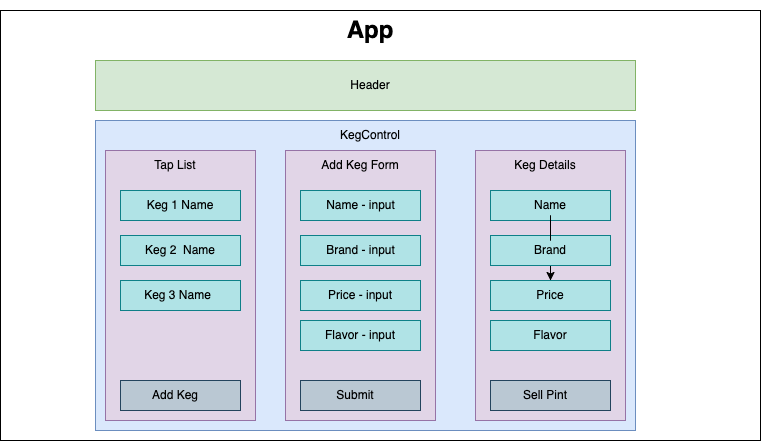
S-Espinet/tap-room keeps this draw.io diagram as src/img/TapRoom.drawio.png. Above is the earlier version. Source tidied: cells renumbered, new cells last; positions are measured from the earlier drawing's top-left corner, leaving out a move shared by most shapes. Its diagram source:
```xml
<mxGraphModel>
  <root>
    <mxCell id="0" />
    <mxCell id="1" parent="0" />
    <mxCell id="2" style="rounded=0;whiteSpace=wrap;html=1;" parent="1" vertex="1">
      <mxGeometry width="760" height="430" as="geometry" />
    </mxCell>
    <mxCell id="3" style="rounded=0;whiteSpace=wrap;html=1;labelBackgroundColor=#CCFF99;fillColor=#d5e8d4;strokeColor=#82b366;" parent="1" vertex="1">
      <mxGeometry x="95" y="50" width="540" height="50" as="geometry" />
    </mxCell>
    <mxCell id="4" style="rounded=0;whiteSpace=wrap;html=1;fillColor=#dae8fc;strokeColor=#6c8ebf;" parent="1" vertex="1">
      <mxGeometry x="95" y="110" width="540" height="310" as="geometry" />
    </mxCell>
    <mxCell id="5" style="rounded=0;whiteSpace=wrap;html=1;fillColor=#e1d5e7;strokeColor=#9673a6;" parent="1" vertex="1">
      <mxGeometry x="105" y="140" width="150" height="270" as="geometry" />
    </mxCell>
    <mxCell id="6" style="rounded=0;whiteSpace=wrap;html=1;fillColor=#e1d5e7;strokeColor=#9673a6;" parent="1" vertex="1">
      <mxGeometry x="285" y="140" width="150" height="270" as="geometry" />
    </mxCell>
    <mxCell id="7" style="rounded=0;whiteSpace=wrap;html=1;fillColor=#e1d5e7;strokeColor=#9673a6;" parent="1" vertex="1">
      <mxGeometry x="475" y="140" width="150" height="270" as="geometry" />
    </mxCell>
    <mxCell id="8" style="rounded=0;whiteSpace=wrap;html=1;fillColor=#b0e3e6;strokeColor=#0e8088;" parent="1" vertex="1">
      <mxGeometry x="300" y="180" width="120" height="30" as="geometry" />
    </mxCell>
    <mxCell id="9" style="rounded=0;whiteSpace=wrap;html=1;fillColor=#b0e3e6;strokeColor=#0e8088;" parent="1" vertex="1">
      <mxGeometry x="300" y="225" width="120" height="30" as="geometry" />
    </mxCell>
    <mxCell id="10" style="rounded=0;whiteSpace=wrap;html=1;fillColor=#b0e3e6;strokeColor=#0e8088;" parent="1" vertex="1">
      <mxGeometry x="300" y="270" width="120" height="30" as="geometry" />
    </mxCell>
    <mxCell id="11" style="rounded=0;whiteSpace=wrap;html=1;fillColor=#b0e3e6;strokeColor=#0e8088;" parent="1" vertex="1">
      <mxGeometry x="300" y="310" width="120" height="30" as="geometry" />
    </mxCell>
    <mxCell id="12" style="rounded=0;whiteSpace=wrap;html=1;fillColor=#bac8d3;strokeColor=#23445d;" parent="1" vertex="1">
      <mxGeometry x="300" y="370" width="120" height="30" as="geometry" />
    </mxCell>
    <mxCell id="13" value="Keg 1 Name" style="rounded=0;whiteSpace=wrap;html=1;fillColor=#b0e3e6;strokeColor=#0e8088;" parent="1" vertex="1">
      <mxGeometry x="120" y="180" width="120" height="30" as="geometry" />
    </mxCell>
    <mxCell id="14" style="rounded=0;whiteSpace=wrap;html=1;fillColor=#b0e3e6;strokeColor=#0e8088;" parent="1" vertex="1">
      <mxGeometry x="120" y="225" width="120" height="30" as="geometry" />
    </mxCell>
    <mxCell id="15" style="rounded=0;whiteSpace=wrap;html=1;fillColor=#b0e3e6;strokeColor=#0e8088;" parent="1" vertex="1">
      <mxGeometry x="120" y="270" width="120" height="30" as="geometry" />
    </mxCell>
    <mxCell id="16" style="rounded=0;whiteSpace=wrap;html=1;fillColor=#bac8d3;strokeColor=#23445d;" parent="1" vertex="1">
      <mxGeometry x="120" y="370" width="120" height="30" as="geometry" />
    </mxCell>
    <mxCell id="17" style="rounded=0;whiteSpace=wrap;html=1;fillColor=#bac8d3;strokeColor=#23445d;" parent="1" vertex="1">
      <mxGeometry x="490" y="370" width="120" height="30" as="geometry" />
    </mxCell>
    <mxCell id="18" value="KegControl" style="text;html=1;strokeColor=none;fillColor=none;align=center;verticalAlign=middle;whiteSpace=wrap;rounded=0;" parent="1" vertex="1">
      <mxGeometry x="325" y="110" width="90" height="30" as="geometry" />
    </mxCell>
    <mxCell id="19" value="&lt;h1&gt;App&lt;/h1&gt;" style="text;html=1;strokeColor=none;fillColor=none;spacing=5;spacingTop=-20;whiteSpace=wrap;overflow=hidden;rounded=0;align=center;" parent="1" vertex="1">
      <mxGeometry x="285" width="170" height="40" as="geometry" />
    </mxCell>
    <mxCell id="20" value="Header" style="text;html=1;strokeColor=none;fillColor=none;align=center;verticalAlign=middle;whiteSpace=wrap;rounded=0;" parent="1" vertex="1">
      <mxGeometry x="315" y="60" width="110" height="30" as="geometry" />
    </mxCell>
    <mxCell id="21" value="Tap List" style="text;html=1;strokeColor=none;fillColor=none;align=center;verticalAlign=middle;whiteSpace=wrap;rounded=0;" parent="1" vertex="1">
      <mxGeometry x="145" y="140" width="60" height="30" as="geometry" />
    </mxCell>
    <mxCell id="22" value="Keg 2&amp;nbsp; Name" style="text;html=1;align=center;verticalAlign=middle;whiteSpace=wrap;rounded=0;" parent="1" vertex="1">
      <mxGeometry x="140" y="225" width="80" height="30" as="geometry" />
    </mxCell>
    <mxCell id="23" value="Keg 3 Name" style="text;html=1;strokeColor=none;fillColor=none;align=center;verticalAlign=middle;whiteSpace=wrap;rounded=0;" parent="1" vertex="1">
      <mxGeometry x="140" y="270" width="75" height="30" as="geometry" />
    </mxCell>
    <mxCell id="24" value="Add Keg" style="text;html=1;strokeColor=none;fillColor=none;align=center;verticalAlign=middle;whiteSpace=wrap;rounded=0;" parent="1" vertex="1">
      <mxGeometry x="145" y="370" width="60" height="30" as="geometry" />
    </mxCell>
    <mxCell id="25" value="Add Keg Form" style="text;html=1;strokeColor=none;fillColor=none;align=center;verticalAlign=middle;whiteSpace=wrap;rounded=0;" parent="1" vertex="1">
      <mxGeometry x="305" y="140" width="110" height="30" as="geometry" />
    </mxCell>
    <mxCell id="26" value="Name - input" style="text;html=1;strokeColor=none;fillColor=none;align=center;verticalAlign=middle;whiteSpace=wrap;rounded=0;" parent="1" vertex="1">
      <mxGeometry x="322.5" y="180" width="75" height="30" as="geometry" />
    </mxCell>
    <mxCell id="27" value="Brand - input" style="text;html=1;strokeColor=none;fillColor=none;align=center;verticalAlign=middle;whiteSpace=wrap;rounded=0;" parent="1" vertex="1">
      <mxGeometry x="322.5" y="225" width="75" height="30" as="geometry" />
    </mxCell>
    <mxCell id="28" value="Price - input" style="text;html=1;strokeColor=none;fillColor=none;align=center;verticalAlign=middle;whiteSpace=wrap;rounded=0;" parent="1" vertex="1">
      <mxGeometry x="325" y="270" width="70" height="30" as="geometry" />
    </mxCell>
    <mxCell id="29" value="Flavor - input" style="text;html=1;align=center;verticalAlign=middle;whiteSpace=wrap;rounded=0;" parent="1" vertex="1">
      <mxGeometry x="320" y="310" width="80" height="30" as="geometry" />
    </mxCell>
    <mxCell id="30" value="Submit" style="text;html=1;strokeColor=none;fillColor=none;align=center;verticalAlign=middle;whiteSpace=wrap;rounded=0;" parent="1" vertex="1">
      <mxGeometry x="325" y="370" width="60" height="30" as="geometry" />
    </mxCell>
    <mxCell id="31" value="Keg Details" style="text;html=1;strokeColor=none;fillColor=none;align=center;verticalAlign=middle;whiteSpace=wrap;rounded=0;" parent="1" vertex="1">
      <mxGeometry x="505" y="140" width="80" height="30" as="geometry" />
    </mxCell>
    <mxCell id="32" style="edgeStyle=orthogonalEdgeStyle;rounded=0;jettySize=auto;html=1;startArrow=none;" parent="1" edge="1" source="36" target="34">
      <mxGeometry relative="1" as="geometry" />
    </mxCell>
    <mxCell id="33" style="rounded=0;whiteSpace=wrap;html=1;fillColor=#b0e3e6;strokeColor=#0e8088;" parent="1" vertex="1">
      <mxGeometry x="490" y="180" width="120" height="30" as="geometry" />
    </mxCell>
    <mxCell id="34" style="rounded=0;whiteSpace=wrap;html=1;fillColor=#b0e3e6;strokeColor=#0e8088;" parent="1" vertex="1">
      <mxGeometry x="490" y="270" width="120" height="30" as="geometry" />
    </mxCell>
    <mxCell id="35" style="rounded=0;whiteSpace=wrap;html=1;fillColor=#b0e3e6;strokeColor=#0e8088;" parent="1" vertex="1">
      <mxGeometry x="490" y="310" width="120" height="30" as="geometry" />
    </mxCell>
    <mxCell id="36" style="rounded=0;whiteSpace=wrap;html=1;fillColor=#b0e3e6;strokeColor=#0e8088;" parent="1" vertex="1">
      <mxGeometry x="490" y="225" width="120" height="30" as="geometry" />
    </mxCell>
    <mxCell id="37" style="edgeStyle=orthogonalEdgeStyle;rounded=0;jettySize=auto;html=1;endArrow=none;" parent="1" edge="1" source="33" target="36">
      <mxGeometry relative="1" as="geometry" />
    </mxCell>
    <mxCell id="38" value="Name" style="text;html=1;strokeColor=none;fillColor=none;align=center;verticalAlign=middle;whiteSpace=wrap;rounded=0;" parent="1" vertex="1">
      <mxGeometry x="520" y="180" width="60" height="30" as="geometry" />
    </mxCell>
    <mxCell id="39" value="Brand" style="text;html=1;strokeColor=none;fillColor=none;align=center;verticalAlign=middle;whiteSpace=wrap;rounded=0;" parent="1" vertex="1">
      <mxGeometry x="520" y="225" width="60" height="30" as="geometry" />
    </mxCell>
    <mxCell id="40" value="Price" style="text;html=1;strokeColor=none;fillColor=none;align=center;verticalAlign=middle;whiteSpace=wrap;rounded=0;" parent="1" vertex="1">
      <mxGeometry x="520" y="270" width="60" height="30" as="geometry" />
    </mxCell>
    <mxCell id="41" value="Flavor" style="text;html=1;strokeColor=none;fillColor=none;align=center;verticalAlign=middle;whiteSpace=wrap;rounded=0;" parent="1" vertex="1">
      <mxGeometry x="520" y="310" width="60" height="30" as="geometry" />
    </mxCell>
    <mxCell id="42" value="Sell Pint" style="text;html=1;strokeColor=none;fillColor=none;align=center;verticalAlign=middle;whiteSpace=wrap;rounded=0;" parent="1" vertex="1">
      <mxGeometry x="515" y="370" width="60" height="30" as="geometry" />
    </mxCell>
  </root>
</mxGraphModel>
```
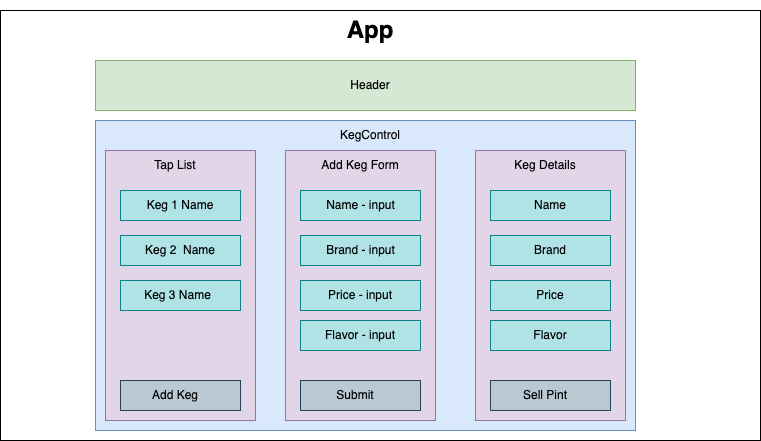
After the commit.

Diff of the diagram source:
```diff
@@ -92,9 +92,6 @@
     <mxCell id="31" value="Keg Details" style="text;html=1;strokeColor=none;fillColor=none;align=center;verticalAlign=middle;whiteSpace=wrap;rounded=0;" parent="1" vertex="1">
       <mxGeometry x="505" y="140" width="80" height="30" as="geometry" />
     </mxCell>
-    <mxCell id="32" style="edgeStyle=orthogonalEdgeStyle;rounded=0;jettySize=auto;html=1;startArrow=none;" parent="1" edge="1" source="36" target="34">
-      <mxGeometry relative="1" as="geometry" />
-    </mxCell>
     <mxCell id="33" style="rounded=0;whiteSpace=wrap;html=1;fillColor=#b0e3e6;strokeColor=#0e8088;" parent="1" vertex="1">
       <mxGeometry x="490" y="180" width="120" height="30" as="geometry" />
     </mxCell>
@@ -107,9 +104,6 @@
     <mxCell id="36" style="rounded=0;whiteSpace=wrap;html=1;fillColor=#b0e3e6;strokeColor=#0e8088;" parent="1" vertex="1">
       <mxGeometry x="490" y="225" width="120" height="30" as="geometry" />
     </mxCell>
-    <mxCell id="37" style="edgeStyle=orthogonalEdgeStyle;rounded=0;jettySize=auto;html=1;endArrow=none;" parent="1" edge="1" source="33" target="36">
-      <mxGeometry relative="1" as="geometry" />
-    </mxCell>
     <mxCell id="38" value="Name" style="text;html=1;strokeColor=none;fillColor=none;align=center;verticalAlign=middle;whiteSpace=wrap;rounded=0;" parent="1" vertex="1">
       <mxGeometry x="520" y="180" width="60" height="30" as="geometry" />
     </mxCell>
```
